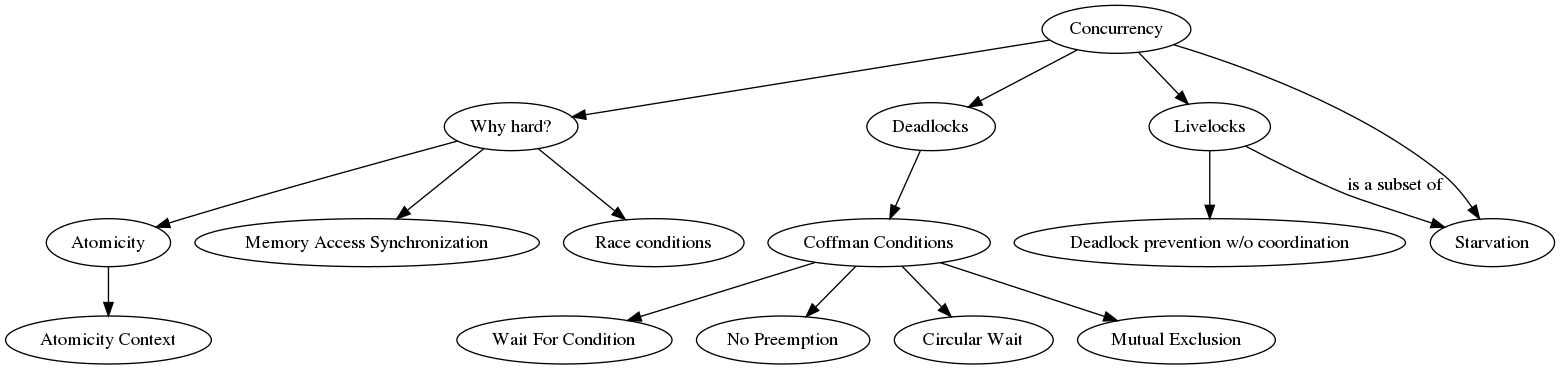
This is mch1.png from miku/cignotes, a Graphviz export, as it was before one commit. Its source is kept beside it as mch1.dot.
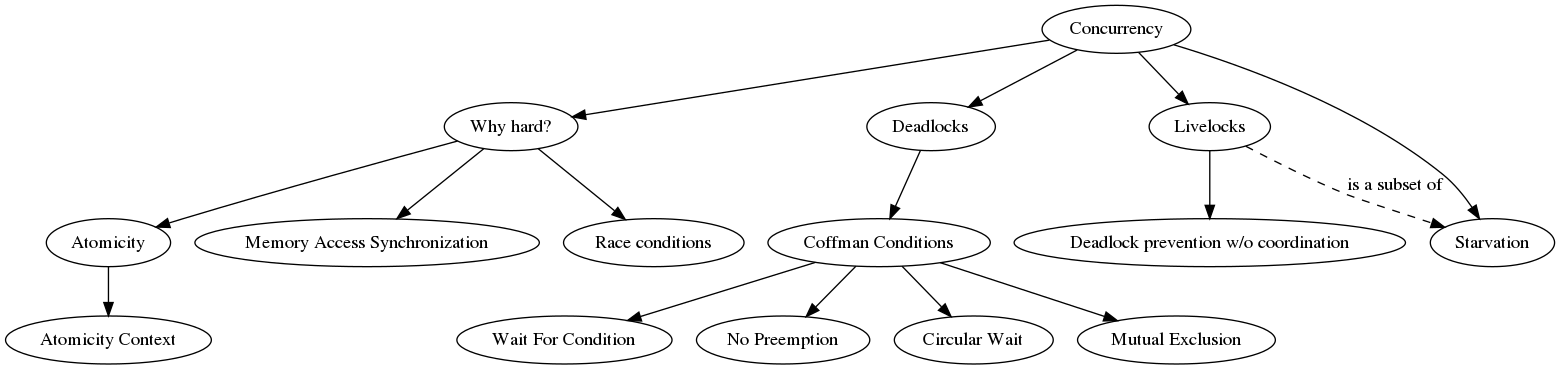
The same file after the commit.

What changed in the source:
```diff
@@ -28,7 +28,7 @@
     "concurrency" -> "starvation";
 
     "livelocks" -> "nocoord";
-    "livelocks" -> "starvation" [label="is a subset of"];
+    "livelocks" -> "starvation" [label="is a subset of" style=dashed];
 
     "deadlocks" -> "coffman";
     "coffman" -> "mutex";
```
